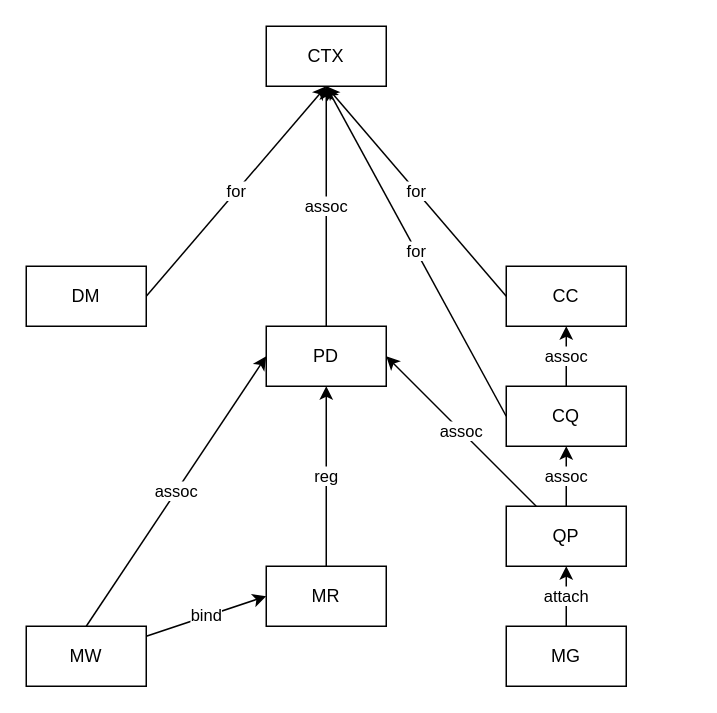
The draw.io diagram docs/ref.drawio in Nugine/rdma, before the edit. Source tidied: cells renumbered, new cells numbered last; positions are measured from the earlier drawing's top-left corner, leaving out a move shared by most shapes. Both pictures are drawn from the tidied source at 150%, with x=0, y=0 at pixel (26, 26).
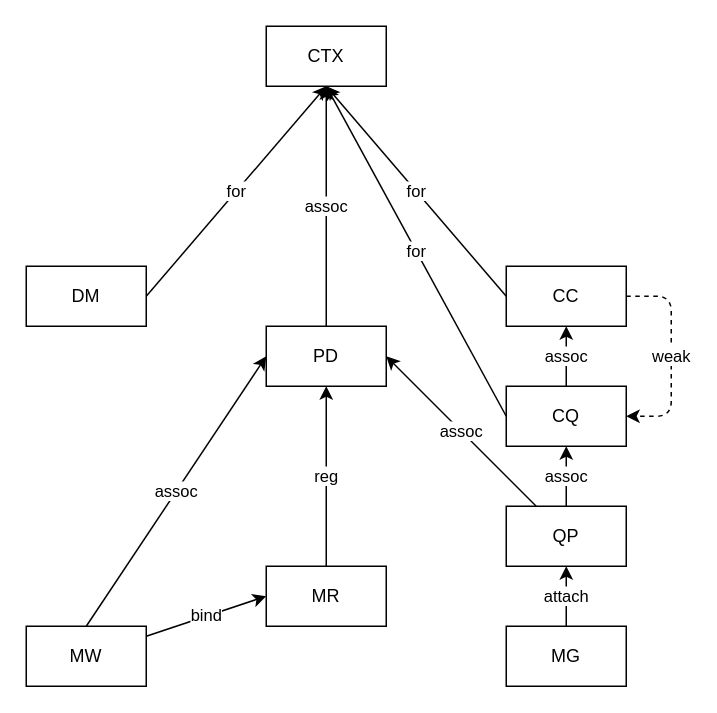
After the change.

Unchanged cells that the change refers to:
```xml
<mxCell id="12" value="CQ" style="rounded=0;whiteSpace=wrap;html=1;" parent="1" vertex="1">
  <mxGeometry x="320" y="240" width="80" height="40" as="geometry" />
</mxCell>
<mxCell id="14" value="CC" style="rounded=0;whiteSpace=wrap;html=1;" parent="1" vertex="1">
  <mxGeometry x="320" y="160" width="80" height="40" as="geometry" />
</mxCell>
```

Change to the diagram source:
```diff
@@
+    <mxCell id="22" value="weak" style="edgeStyle=entityRelationEdgeStyle;html=1;exitX=1;exitY=0.5;exitDx=0;exitDy=0;entryX=1;entryY=0.5;entryDx=0;entryDy=0;dashed=1;" parent="1" edge="1" source="14" target="12">
+      <mxGeometry relative="1" as="geometry" />
+    </mxCell>
```
